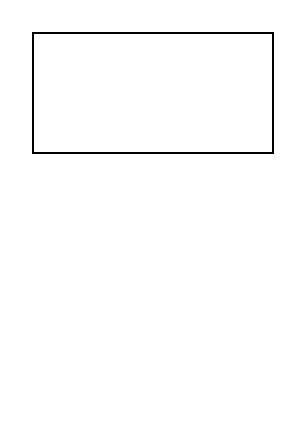
acs121/archer keeps this draw.io diagram as 未命名绘图.drawio. Above is the earlier version. Source tidied: cells renumbered, new cells numbered last; positions are measured from the earlier drawing's top-left corner, leaving out a move shared by most shapes. Both pictures are drawn from the tidied source at 200%, with x=0, y=0 at pixel (32, 32).
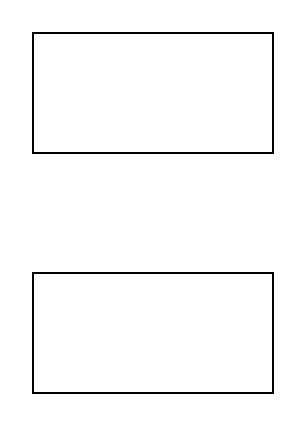
Above is the later version.

Commit message (it also covers changes not shown here):
更新未命名绘图.drawio

Change to the diagram source:
```diff
@@
 <mxGraphModel>
   <root>
     <mxCell id="0" />
     <mxCell id="1" parent="0" />
     <mxCell id="2" style="rounded=0;whiteSpace=wrap;html=1;" parent="1" vertex="1">
       <mxGeometry width="120" height="60" as="geometry" />
     </mxCell>
+    <mxCell id="3" style="rounded=0;whiteSpace=wrap;html=1;" parent="1" vertex="1">
+      <mxGeometry y="120" width="120" height="60" as="geometry" />
+    </mxCell>
   </root>
 </mxGraphModel>
```
